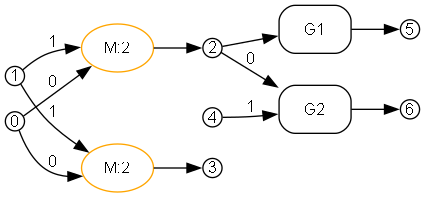
Above: crates/bhyp/images/test_copy_subst_commute/path1_shared_span_for_substitution_left.png in ammatsui/bhypvis (Graphviz), before the change. Its source is kept beside it as crates/bhyp/images/test_copy_subst_commute/path1_shared_span_for_substitution_left.dot.
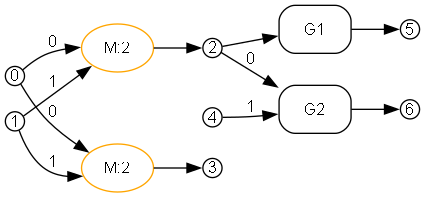
The same diagram one commit later.

What changed in the source:
```diff
@@ -5,29 +5,29 @@
   node [fontname="Helvetica", fontsize=12];
   edge [fontname="Helvetica", fontsize=12];
 
+  n5 [label="5", shape=circle, style=filled, fillcolor=white, color="black", width=0.2, height=0.2, fixedsize=true];
   n6 [label="6", shape=circle, style=filled, fillcolor=white, color="black", width=0.2, height=0.2, fixedsize=true];
-  n1 [label="1", shape=circle, style=filled, fillcolor=white, color="black", width=0.2, height=0.2, fixedsize=true];
   n2 [label="2", shape=circle, style=filled, fillcolor=white, color="black", width=0.2, height=0.2, fixedsize=true];
-  n3 [label="3", shape=circle, style=filled, fillcolor=white, color="black", width=0.2, height=0.2, fixedsize=true];
   n4 [label="4", shape=circle, style=filled, fillcolor=white, color="black", width=0.2, height=0.2, fixedsize=true];
   n0 [label="0", shape=circle, style=filled, fillcolor=white, color="black", width=0.2, height=0.2, fixedsize=true];
-  n5 [label="5", shape=circle, style=filled, fillcolor=white, color="black", width=0.2, height=0.2, fixedsize=true];
+  n1 [label="1", shape=circle, style=filled, fillcolor=white, color="black", width=0.2, height=0.2, fixedsize=true];
+  n3 [label="3", shape=circle, style=filled, fillcolor=white, color="black", width=0.2, height=0.2, fixedsize=true];
 
+  e1 [label="M:2", shape=ellipse, style=rounded, color="orange"];
+  e3 [label="G1", shape=box, style=rounded, color="black"];
   e0 [label="M:2", shape=ellipse, style=rounded, color="orange"];
   e2 [label="G2", shape=box, style=rounded, color="black"];
-  e3 [label="G1", shape=box, style=rounded, color="black"];
-  e1 [label="M:2", shape=ellipse, style=rounded, color="orange"];
 
+  n0 -> e1 [label="0"];
+  n1 -> e1 [label="1"];
+  n2 -> e3 [label=""];
   n0 -> e0 [label="0"];
   n1 -> e0 [label="1"];
   n2 -> e2 [label="0"];
   n4 -> e2 [label="1"];
-  n2 -> e3 [label=""];
-  n0 -> e1 [label="0"];
-  n1 -> e1 [label="1"];
 
+  e1 -> n3 [label=""];
+  e3 -> n5 [label=""];
   e0 -> n2 [label=""];
   e2 -> n6 [label=""];
-  e3 -> n5 [label=""];
-  e1 -> n3 [label=""];
 }
```
